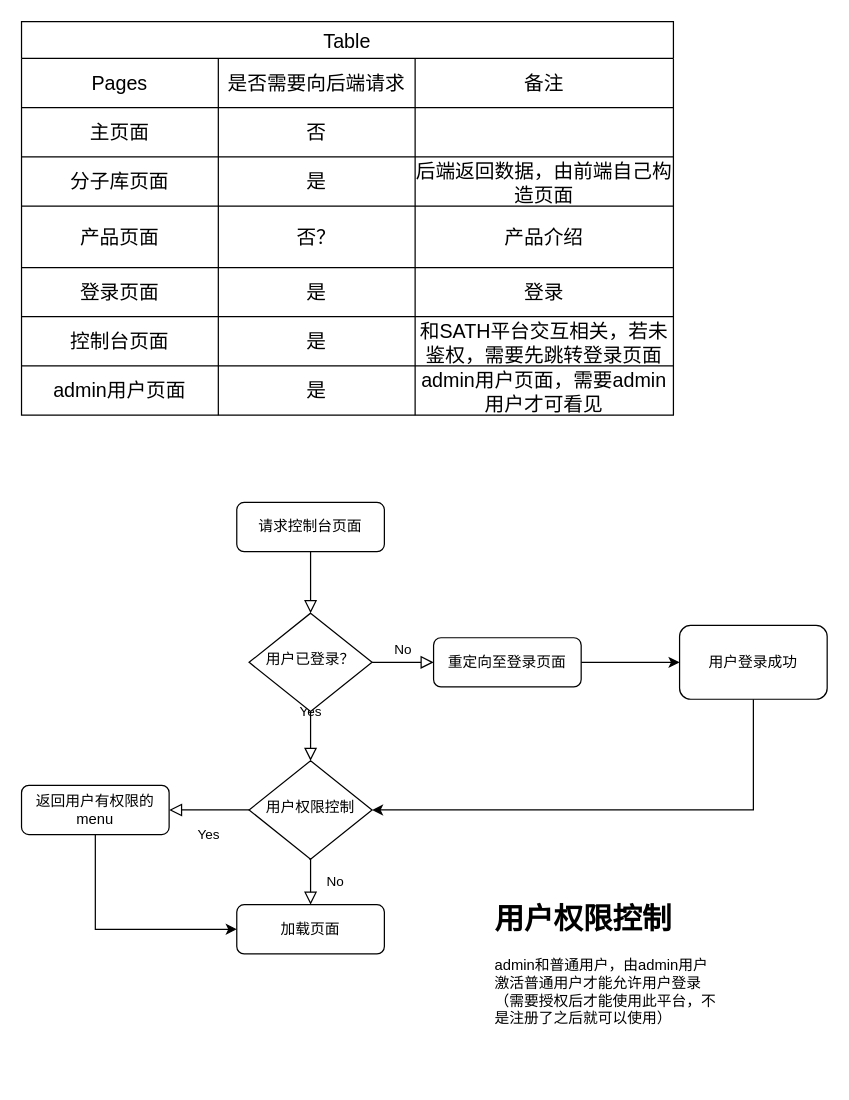
Before: MedDesign.drawio in HelloYLee/SystemDesign, a draw.io diagram. Source tidied: cells renumbered, new cells numbered last; positions are measured from the earlier drawing's top-left corner, leaving out a move shared by most shapes. Both pictures are drawn from the tidied source at 123%, with x=0, y=0 at pixel (21, 21).
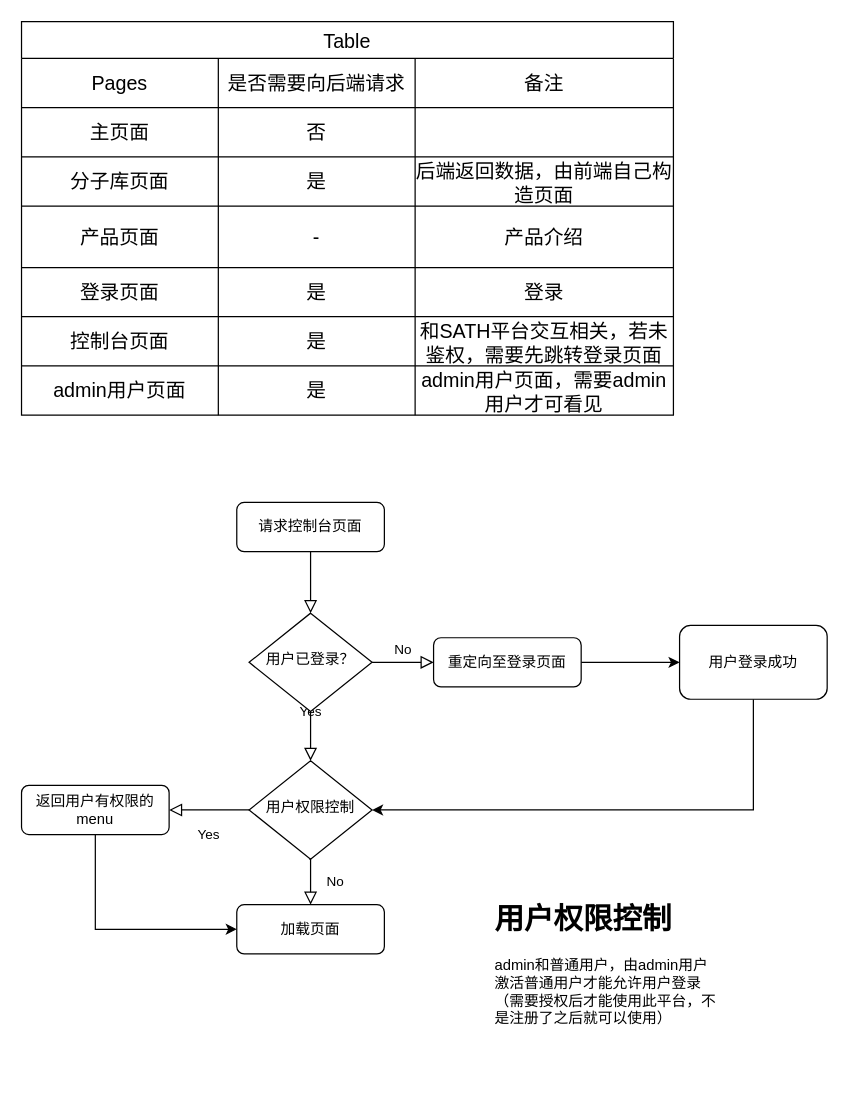
Above is the later version.

Unchanged cells that the change refers to:
```xml
<mxCell id="15" style="shape=tableRow;horizontal=0;startSize=0;swimlaneHead=0;swimlaneBody=0;strokeColor=inherit;top=0;left=0;bottom=0;right=0;fillColor=none;fontSize=16;" parent="2" vertex="1">
  <mxGeometry y="150" width="530" height="50" as="geometry" />
</mxCell>
```

What changed in the source:
```diff
@@
-    <mxCell id="17" value="否？" style="shape=partialRectangle;html=1;whiteSpace=wrap;strokeColor=inherit;overflow=hidden;fillColor=none;top=0;left=0;bottom=0;right=0;fontSize=16;" parent="15" vertex="1">
+    <mxCell id="17" value="-" style="shape=partialRectangle;html=1;whiteSpace=wrap;strokeColor=inherit;overflow=hidden;fillColor=none;top=0;left=0;bottom=0;right=0;fontSize=16;" parent="15" vertex="1">
       <mxGeometry x="160" width="160" height="50" as="geometry" />
     </mxCell>
```
